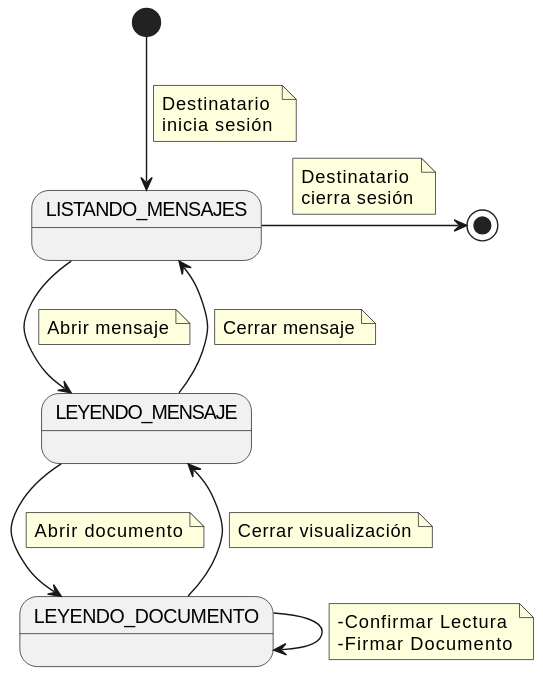
Earlier version of the PlantUML export docs/casosDeUso/diagramaDeContexto/DiagramaDeContextoDestinatario/diagramaContextoDestinatario.svg (mmasias/24-25-IdSw1-SDR).
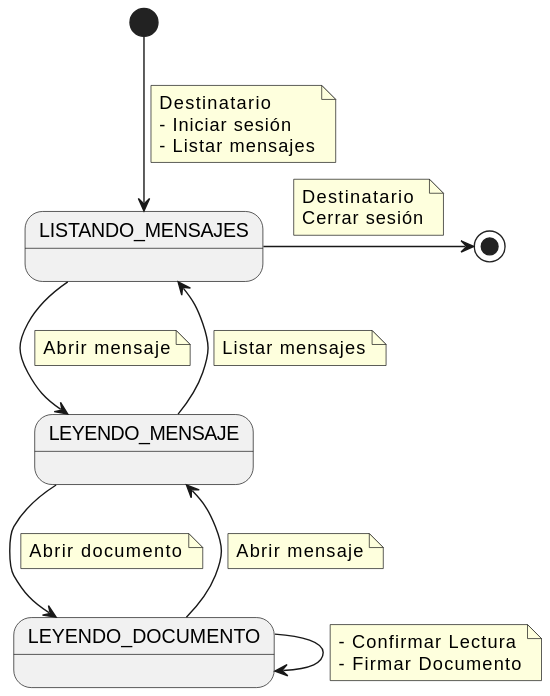
After the commit.

What changed in the source:
```diff
@@ -6,13 +6,14 @@
 [*] --> ListarMensajes
     note on link
         Destinatario
-        inicia sesión
+        - Iniciar sesión
+        - Listar mensajes
     end note
 
 ListarMensajes -> [*]
     note on link
         Destinatario
-        cierra sesión
+        Cerrar sesión
     end note
 
 
@@ -28,17 +29,17 @@
 
 LeyendoDocumento --> LeyendoDocumento
     note on link
-        -Confirmar Lectura
-        -Firmar Documento
+        - Confirmar Lectura
+        - Firmar Documento
     end note
 
 LeyendoDocumento --> LeyendoMensaje
     note on link
-        Cerrar visualización
+        Abrir mensaje
     end note
 
 LeyendoMensaje --> ListarMensajes
     note on link
-        Cerrar mensaje
+        Listar mensajes
     end note
 @enduml
```
